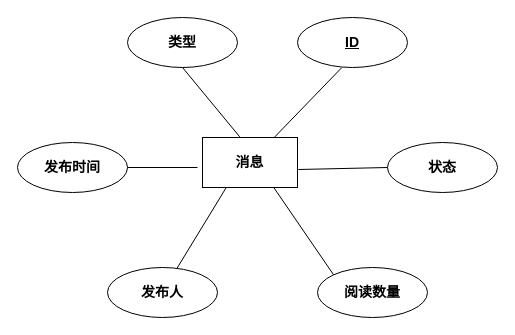
Before: 消息实体图.drawio in geoffrey-h/code, a draw.io diagram. Source tidied: cells renumbered, new cells numbered last; positions are measured from the earlier drawing's top-left corner, leaving out a move shared by most shapes. Both pictures are drawn from the tidied source at 100%, with x=0, y=0 at pixel (17, 17).
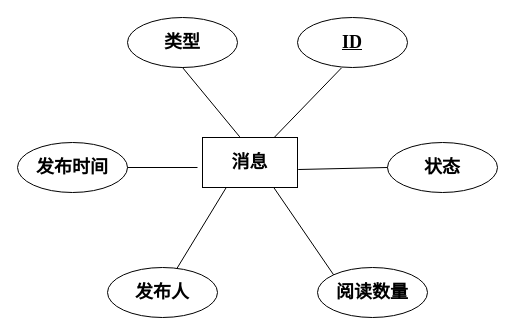
The same page after the edit.

Commit message:
更新消息实体图.drawio

Diff of the diagram source:
```diff
@@
 <mxGraphModel>
   <root>
     <mxCell id="0" />
     <mxCell id="1" parent="0" />
-    <mxCell id="2" value="&lt;font style=&quot;font-size: 14px&quot;&gt;&lt;b&gt;消息&lt;/b&gt;&lt;/font&gt;" style="rounded=0;whiteSpace=wrap;html=1;" parent="1" vertex="1">
+    <mxCell id="2" value="&lt;font style=&quot;font-size: 18px&quot; face=&quot;宋体&quot;&gt;&lt;b&gt;消息&lt;/b&gt;&lt;/font&gt;" style="rounded=0;whiteSpace=wrap;html=1;" parent="1" vertex="1">
       <mxGeometry x="185" y="120" width="95" height="50" as="geometry" />
     </mxCell>
-    <mxCell id="3" value="&lt;b&gt;&lt;font style=&quot;font-size: 14px&quot;&gt;类型&lt;/font&gt;&lt;/b&gt;" style="ellipse;whiteSpace=wrap;html=1;" parent="1" vertex="1">
+    <mxCell id="3" value="&lt;b&gt;&lt;font style=&quot;font-size: 18px&quot; face=&quot;宋体&quot;&gt;类型&lt;/font&gt;&lt;/b&gt;" style="ellipse;whiteSpace=wrap;html=1;" parent="1" vertex="1">
       <mxGeometry x="110" width="110" height="50" as="geometry" />
     </mxCell>
-    <mxCell id="4" value="&lt;b&gt;&lt;font style=&quot;font-size: 14px&quot;&gt;发布时间&lt;/font&gt;&lt;/b&gt;" style="ellipse;whiteSpace=wrap;html=1;" parent="1" vertex="1">
+    <mxCell id="4" value="&lt;b&gt;&lt;font style=&quot;font-size: 18px&quot; face=&quot;宋体&quot;&gt;发布时间&lt;/font&gt;&lt;/b&gt;" style="ellipse;whiteSpace=wrap;html=1;" parent="1" vertex="1">
       <mxGeometry y="125" width="110" height="50" as="geometry" />
     </mxCell>
-    <mxCell id="5" value="&lt;font style=&quot;font-size: 14px&quot;&gt;&lt;b&gt;发布人&lt;/b&gt;&lt;/font&gt;" style="ellipse;whiteSpace=wrap;html=1;" parent="1" vertex="1">
+    <mxCell id="5" value="&lt;font style=&quot;font-size: 18px&quot; face=&quot;宋体&quot;&gt;&lt;b&gt;发布人&lt;/b&gt;&lt;/font&gt;" style="ellipse;whiteSpace=wrap;html=1;" parent="1" vertex="1">
       <mxGeometry x="90" y="250" width="110" height="50" as="geometry" />
     </mxCell>
-    <mxCell id="6" value="&lt;b&gt;&lt;font style=&quot;font-size: 14px&quot;&gt;阅读数量&lt;/font&gt;&lt;/b&gt;" style="ellipse;whiteSpace=wrap;html=1;" parent="1" vertex="1">
+    <mxCell id="6" value="&lt;b&gt;&lt;font style=&quot;font-size: 18px&quot; face=&quot;宋体&quot;&gt;阅读数量&lt;/font&gt;&lt;/b&gt;" style="ellipse;whiteSpace=wrap;html=1;" parent="1" vertex="1">
       <mxGeometry x="300" y="250" width="110" height="50" as="geometry" />
     </mxCell>
-    <mxCell id="7" value="&lt;b&gt;&lt;font style=&quot;font-size: 14px&quot;&gt;状态&lt;/font&gt;&lt;/b&gt;" style="ellipse;whiteSpace=wrap;html=1;" parent="1" vertex="1">
+    <mxCell id="7" value="&lt;b&gt;&lt;font style=&quot;font-size: 18px&quot; face=&quot;宋体&quot;&gt;状态&lt;/font&gt;&lt;/b&gt;" style="ellipse;whiteSpace=wrap;html=1;" parent="1" vertex="1">
       <mxGeometry x="370" y="125" width="110" height="50" as="geometry" />
     </mxCell>
     <mxCell id="8" style="endArrow=none;html=1;entryX=0.5;entryY=1;entryDx=0;entryDy=0;exitX=0.392;exitY=-0.013;exitDx=0;exitDy=0;exitPerimeter=0;" parent="1" edge="1" source="2" target="3">
       <mxGeometry relative="1" as="geometry" />
     </mxCell>
     <mxCell id="9" style="endArrow=none;html=1;entryX=1;entryY=0.5;entryDx=0;entryDy=0;" parent="1" edge="1" target="4">
       <mxGeometry relative="1" as="geometry">
         <mxPoint x="180" y="150" as="sourcePoint" />
       </mxGeometry>
     </mxCell>
     <mxCell id="10" style="endArrow=none;html=1;entryX=0.25;entryY=1;entryDx=0;entryDy=0;" parent="1" edge="1" source="5" target="2">
       <mxGeometry relative="1" as="geometry" />
     </mxCell>
     <mxCell id="11" style="endArrow=none;html=1;entryX=0.75;entryY=1;entryDx=0;entryDy=0;exitX=0;exitY=0;exitDx=0;exitDy=0;" parent="1" edge="1" source="6" target="2">
       <mxGeometry relative="1" as="geometry" />
     </mxCell>
     <mxCell id="12" style="endArrow=none;html=1;entryX=0;entryY=0.5;entryDx=0;entryDy=0;exitX=1.008;exitY=0.64;exitDx=0;exitDy=0;exitPerimeter=0;" parent="1" edge="1" source="2" target="7">
       <mxGeometry relative="1" as="geometry" />
     </mxCell>
-    <mxCell id="13" value="&lt;u&gt;&lt;b&gt;&lt;font style=&quot;font-size: 14px&quot;&gt;ID&lt;/font&gt;&lt;/b&gt;&lt;/u&gt;" style="ellipse;whiteSpace=wrap;html=1;" parent="1" vertex="1">
+    <mxCell id="13" value="&lt;u&gt;&lt;b&gt;&lt;font style=&quot;font-size: 18px&quot; face=&quot;Times new Roman&quot;&gt;ID&lt;/font&gt;&lt;/b&gt;&lt;/u&gt;" style="ellipse;whiteSpace=wrap;html=1;" parent="1" vertex="1">
       <mxGeometry x="280" width="110" height="50" as="geometry" />
     </mxCell>
     <mxCell id="14" style="endArrow=none;html=1;exitX=0.4;exitY=1.008;exitDx=0;exitDy=0;exitPerimeter=0;" parent="1" edge="1" source="13" target="2">
       <mxGeometry relative="1" as="geometry" />
     </mxCell>
   </root>
 </mxGraphModel>
```
